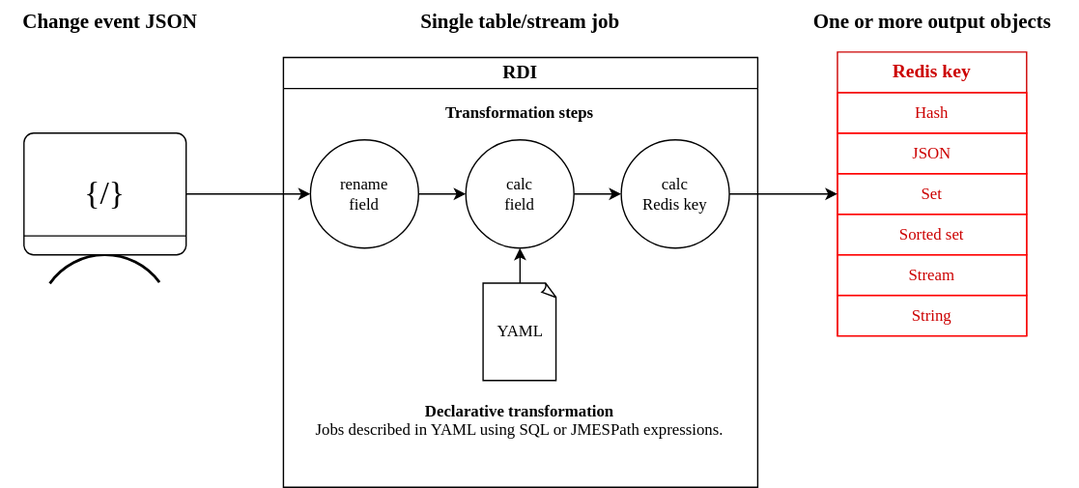
This is static/images/rdi/RDIPipeDataflow.drawio.svg from redis/docs, a draw.io export, as it was before one commit. Source tidied: cells renumbered, new cells last; positions are measured from the earlier drawing's top-left corner, leaving out a move shared by most shapes.
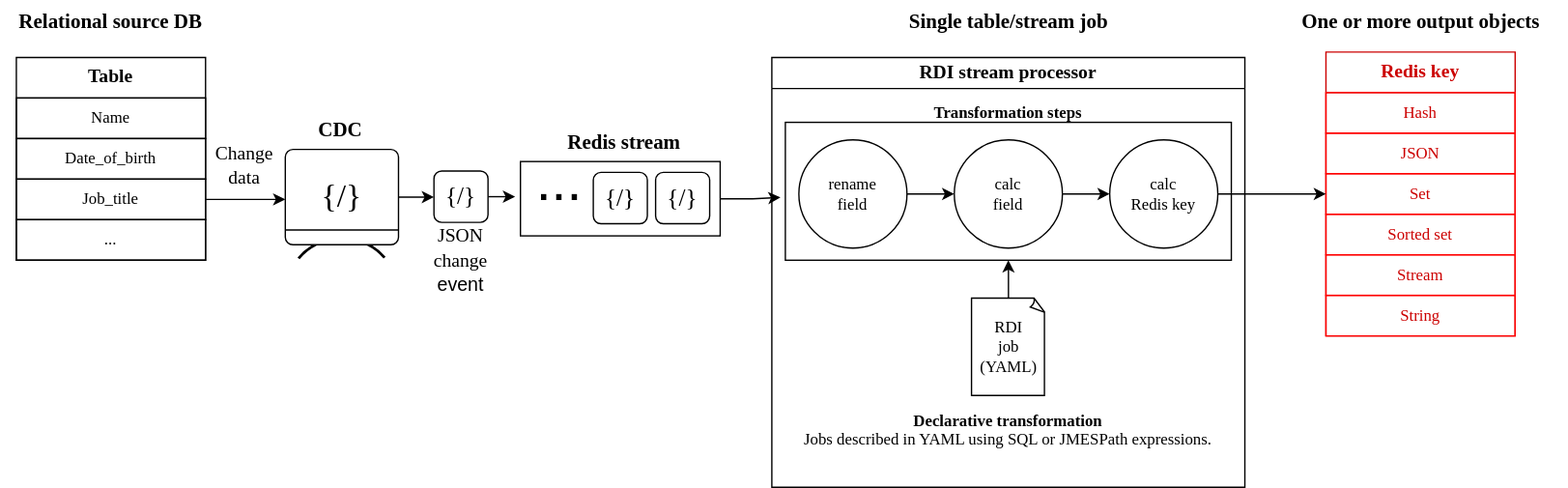
The same file after the commit.

Commit message:
DOC-4275 updates to diagram based on feedback

Diff of the diagram source:
```diff
@@ -3,28 +3,28 @@
     <mxCell id="0" />
     <mxCell id="1" parent="0" />
     <mxCell id="2" style="group;" parent="1" vertex="1">
-      <mxGeometry x="17" y="98" width="127.5" height="190" as="geometry" />
+      <mxGeometry x="-151" y="101" width="89" height="149" as="geometry" />
     </mxCell>
     <mxCell id="3" style="verticalLabelPosition=bottom;verticalAlign=top;html=1;shape=mxgraph.basic.arc;startAngle=0.5976845445438691;endAngle=0.8989323560671225;rotation=90;strokeWidth=2;" parent="2" vertex="1">
-      <mxGeometry x="10" y="90" width="100" height="100" as="geometry" />
+      <mxGeometry x="7" y="70.6" width="69.8" height="78.4" as="geometry" />
     </mxCell>
     <mxCell id="4" style="group;" parent="2" vertex="1">
-      <mxGeometry width="120" height="90" as="geometry" />
+      <mxGeometry y="9" width="83.8" height="70.6" as="geometry" />
     </mxCell>
     <mxCell id="5" style="rounded=1;whiteSpace=wrap;html=1;arcSize=8;" parent="4" vertex="1">
-      <mxGeometry width="120" height="90" as="geometry" />
+      <mxGeometry width="83.8" height="70.6" as="geometry" />
     </mxCell>
     <mxCell id="6" style="endArrow=none;html=1;rounded=0;" parent="4" edge="1">
       <mxGeometry relative="1" as="geometry">
-        <mxPoint y="76" as="sourcePoint" />
-        <mxPoint x="120" y="76" as="targetPoint" />
+        <mxPoint y="59.6" as="sourcePoint" />
+        <mxPoint x="83.8" y="59.6" as="targetPoint" />
       </mxGeometry>
     </mxCell>
     <mxCell id="7" value="{/}" style="text;html=1;align=center;verticalAlign=middle;whiteSpace=wrap;rounded=0;fontFamily=Space Mono;fontSize=24;" parent="4" vertex="1">
-      <mxGeometry x="18.2" y="19.5" width="83.5" height="51" as="geometry" />
+      <mxGeometry x="12.7" y="15.3" width="58.3" height="40" as="geometry" />
     </mxCell>
-    <mxCell id="8" value="RDI" style="swimlane;whiteSpace=wrap;html=1;fontFamily=Space Grotesk;fontSize=14;labelBackgroundColor=default;" parent="1" vertex="1">
-      <mxGeometry x="209" y="42" width="351" height="318" as="geometry" />
+    <mxCell id="8" value="RDI stream processor" style="swimlane;whiteSpace=wrap;html=1;fontFamily=Space Grotesk;fontSize=14;labelBackgroundColor=default;" parent="1" vertex="1">
+      <mxGeometry x="209" y="42" width="350" height="318" as="geometry" />
     </mxCell>
     <mxCell id="9" style="edgeStyle=orthogonalEdgeStyle;rounded=0;jettySize=auto;html=1;entryX=0;entryY=0.5;entryDx=0;entryDy=0;" parent="8" edge="1" source="10" target="12">
       <mxGeometry relative="1" as="geometry" />
@@ -41,18 +41,21 @@
     <mxCell id="13" value="&lt;div&gt;calc&lt;/div&gt;&lt;div&gt;Redis key&lt;/div&gt;" style="ellipse;whiteSpace=wrap;html=1;fontFamily=Space Mono;" parent="8" vertex="1">
       <mxGeometry x="250" y="61" width="80" height="80" as="geometry" />
     </mxCell>
-    <mxCell id="14" style="edgeStyle=orthogonalEdgeStyle;rounded=0;jettySize=auto;html=1;entryX=0.5;entryY=1;entryDx=0;entryDy=0;" parent="8" edge="1" source="15" target="12">
-      <mxGeometry relative="1" as="geometry" />
-    </mxCell>
+    <mxCell id="30" style="edgeStyle=orthogonalEdgeStyle;rounded=0;jettySize=auto;html=1;entryX=0.5;entryY=1;entryDx=0;entryDy=0;" parent="8" edge="1" source="15" target="31">
+      <mxGeometry relative="1" as="geometry" />
+    </mxCell>
-    <mxCell id="15" value="YAML" style="whiteSpace=wrap;html=1;shape=mxgraph.basic.document;fontFamily=Space Mono;" parent="8" vertex="1">
-      <mxGeometry x="147.8" y="167" width="54.5" height="72" as="geometry" />
+    <mxCell id="15" value="&lt;div&gt;RDI&lt;/div&gt;&lt;div&gt;job&lt;/div&gt;(YAML)" style="whiteSpace=wrap;html=1;shape=mxgraph.basic.document;fontFamily=Space Mono;" parent="8" vertex="1">
+      <mxGeometry x="147.8" y="178" width="54.5" height="72" as="geometry" />
     </mxCell>
     <mxCell id="16" value="&lt;font style=&quot;&quot; face=&quot;Space Grotesk&quot;&gt;Transformation steps&lt;/font&gt;" style="text;html=1;align=center;verticalAlign=middle;whiteSpace=wrap;rounded=0;fontStyle=1;" parent="8" vertex="1">
       <mxGeometry x="85" y="26" width="180" height="30" as="geometry" />
     </mxCell>
     <mxCell id="17" value="&lt;b&gt;Declarative transformation&lt;/b&gt;&lt;div&gt;Jobs described in YAML using SQL or JMESPath expressions.&lt;/div&gt;" style="text;html=1;align=center;verticalAlign=top;whiteSpace=wrap;rounded=0;fontFamily=Space Grotesk;" parent="8" vertex="1">
-      <mxGeometry x="20" y="248" width="310" height="60" as="geometry" />
+      <mxGeometry x="20" y="255" width="310" height="60" as="geometry" />
     </mxCell>
+    <mxCell id="31" style="rounded=0;whiteSpace=wrap;html=1;fillColor=none;" parent="8" vertex="1">
+      <mxGeometry x="10" y="48" width="330" height="102" as="geometry" />
+    </mxCell>
     <mxCell id="18" value="&lt;b style=&quot;font-size: 14px;&quot;&gt;Redis key&lt;/b&gt;" style="swimlane;fontStyle=0;horizontal=1;startSize=30;whiteSpace=wrap;html=1;fontFamily=Space Mono;fontColor=#CC0000;strokeColor=#CC0000;fontSize=14;" parent="1" vertex="1">
       <mxGeometry x="619" y="38" width="140" height="210" as="geometry" />
     </mxCell>
@@ -74,20 +77,78 @@
     <mxCell id="24" value="String" style="text;strokeColor=#FF0000;fillColor=none;align=center;verticalAlign=middle;spacingLeft=4;spacingRight=4;overflow=hidden;whiteSpace=wrap;html=1;fontFamily=Space Mono;fontColor=#CC0000;" parent="18" vertex="1">
       <mxGeometry y="180" width="140" height="30" as="geometry" />
     </mxCell>
-    <mxCell id="25" style="edgeStyle=orthogonalEdgeStyle;rounded=0;jettySize=auto;html=1;entryX=0;entryY=0.5;entryDx=0;entryDy=0;" parent="1" edge="1" source="5" target="10">
-      <mxGeometry relative="1" as="geometry" />
-    </mxCell>
     <mxCell id="26" style="edgeStyle=orthogonalEdgeStyle;rounded=0;jettySize=auto;html=1;entryX=0;entryY=0.5;entryDx=0;entryDy=0;" parent="1" edge="1" source="13" target="21">
       <mxGeometry relative="1" as="geometry" />
     </mxCell>
-    <mxCell id="27" value="Change event JSON" style="text;html=1;align=center;verticalAlign=middle;whiteSpace=wrap;rounded=0;fontFamily=Space Grotesk;fontStyle=1;fontSize=15;" parent="1" vertex="1">
-      <mxGeometry x="-0.2" width="162" height="30" as="geometry" />
-    </mxCell>
     <mxCell id="28" value="Single table/stream job" style="text;html=1;align=center;verticalAlign=middle;whiteSpace=wrap;rounded=0;fontFamily=Space Grotesk;fontStyle=1;fontSize=15;" parent="1" vertex="1">
       <mxGeometry x="286.2" width="196.5" height="30" as="geometry" />
     </mxCell>
     <mxCell id="29" value="One or more output objects" style="text;html=1;align=center;verticalAlign=middle;whiteSpace=wrap;rounded=0;fontFamily=Space Grotesk;fontStyle=1;fontSize=15;" parent="1" vertex="1">
       <mxGeometry x="580.8" width="216.5" height="30" as="geometry" />
     </mxCell>
+    <mxCell id="32" value="&lt;b style=&quot;font-size: 14px;&quot;&gt;&lt;font color=&quot;#000000&quot;&gt;Table&lt;/font&gt;&lt;/b&gt;" style="swimlane;fontStyle=0;horizontal=1;startSize=30;whiteSpace=wrap;html=1;fontFamily=Space Mono;fontColor=#CC0000;strokeColor=#000000;fontSize=14;" parent="1" vertex="1">
+      <mxGeometry x="-350" y="42" width="140" height="150" as="geometry" />
+    </mxCell>
+    <mxCell id="33" value="Name" style="text;strokeColor=default;fillColor=none;align=center;verticalAlign=middle;spacingLeft=4;spacingRight=4;overflow=hidden;whiteSpace=wrap;html=1;fixDash=0;fontFamily=Space Mono;fontColor=#000000;" parent="32" vertex="1">
+      <mxGeometry y="30" width="140" height="30" as="geometry" />
+    </mxCell>
+    <mxCell id="34" value="Date_of_birth" style="text;strokeColor=default;fillColor=none;align=center;verticalAlign=middle;spacingLeft=4;spacingRight=4;overflow=hidden;whiteSpace=wrap;html=1;fontFamily=Space Mono;fontColor=#000000;" parent="32" vertex="1">
+      <mxGeometry y="60" width="140" height="30" as="geometry" />
+    </mxCell>
+    <mxCell id="35" style="edgeStyle=orthogonalEdgeStyle;rounded=0;jettySize=auto;html=1;" parent="32" edge="1" source="36">
+      <mxGeometry relative="1" as="geometry">
+        <mxPoint x="199" y="105" as="targetPoint" />
+      </mxGeometry>
+    </mxCell>
+    <mxCell id="36" value="Job_title" style="text;strokeColor=default;fillColor=none;align=center;verticalAlign=middle;spacingLeft=4;spacingRight=4;overflow=hidden;points=[[0,0.5],[1,0.5]];portConstraint=eastwest;whiteSpace=wrap;html=1;fontFamily=Space Mono;fontColor=default;" parent="32" vertex="1">
+      <mxGeometry y="90" width="140" height="30" as="geometry" />
+    </mxCell>
+    <mxCell id="37" value="..." style="text;strokeColor=default;fillColor=none;align=center;verticalAlign=middle;spacingLeft=4;spacingRight=4;overflow=hidden;whiteSpace=wrap;html=1;fontFamily=Space Mono;fontColor=default;" parent="32" vertex="1">
+      <mxGeometry y="120" width="140" height="30" as="geometry" />
+    </mxCell>
+    <mxCell id="38" value="Relational source DB" style="text;html=1;align=center;verticalAlign=middle;whiteSpace=wrap;rounded=0;fontFamily=Space Grotesk;fontStyle=1;fontSize=15;" parent="1" vertex="1">
+      <mxGeometry x="-361" width="162" height="30" as="geometry" />
+    </mxCell>
+    <mxCell id="39" value="&lt;font style=&quot;font-size: 14px;&quot; face=&quot;Space Mono&quot;&gt;Change&lt;/font&gt;&lt;div style=&quot;font-size: 14px;&quot;&gt;&lt;font style=&quot;font-size: 14px;&quot; face=&quot;Space Mono&quot;&gt;data&lt;/font&gt;&lt;/div&gt;" style="text;html=1;align=center;verticalAlign=middle;whiteSpace=wrap;rounded=0;fontSize=14;" parent="1" vertex="1">
+      <mxGeometry x="-206" y="107" width="50" height="30" as="geometry" />
+    </mxCell>
+    <mxCell id="40" style="edgeStyle=orthogonalEdgeStyle;rounded=0;jettySize=auto;html=1;entryX=-0.011;entryY=0.545;entryDx=0;entryDy=0;entryPerimeter=0;" parent="1" edge="1" source="42" target="31">
+      <mxGeometry relative="1" as="geometry" />
+    </mxCell>
+    <mxCell id="41" style="group;" parent="1" vertex="1">
+      <mxGeometry x="21.8" y="119" width="149" height="55" as="geometry" />
+    </mxCell>
+    <mxCell id="42" style="rounded=0;whiteSpace=wrap;html=1;" parent="41" vertex="1">
+      <mxGeometry x="1.2" width="147.8" height="55" as="geometry" />
+    </mxCell>
+    <mxCell id="43" value="{/}" style="rounded=1;whiteSpace=wrap;html=1;fontFamily=Space Mono;fontSize=18;" parent="41" vertex="1">
+      <mxGeometry x="101.2" y="8" width="40" height="38" as="geometry" />
+    </mxCell>
+    <mxCell id="44" value="{/}" style="rounded=1;whiteSpace=wrap;html=1;fontFamily=Space Mono;fontSize=18;" parent="41" vertex="1">
+      <mxGeometry x="55.1" y="8" width="40" height="38" as="geometry" />
+    </mxCell>
+    <mxCell id="45" value="..." style="text;html=1;align=center;verticalAlign=middle;whiteSpace=wrap;rounded=0;fontSize=41;" parent="41" vertex="1">
+      <mxGeometry width="60" height="30" as="geometry" />
+    </mxCell>
+    <mxCell id="46" style="edgeStyle=orthogonalEdgeStyle;rounded=0;jettySize=auto;html=1;" parent="1" edge="1" source="47">
+      <mxGeometry relative="1" as="geometry">
+        <mxPoint x="19" y="145" as="targetPoint" />
+      </mxGeometry>
+    </mxCell>
+    <mxCell id="47" value="{/}" style="rounded=1;whiteSpace=wrap;html=1;fontFamily=Space Mono;fontSize=18;" parent="1" vertex="1">
+      <mxGeometry x="-41" y="126" width="40" height="38" as="geometry" />
+    </mxCell>
+    <mxCell id="48" value="&lt;div style=&quot;font-size: 14px;&quot;&gt;&lt;font style=&quot;font-size: 14px;&quot; face=&quot;Space Mono&quot;&gt;JSON&lt;/font&gt;&lt;/div&gt;&lt;font style=&quot;font-size: 14px;&quot; face=&quot;Space Mono&quot;&gt;change&lt;/font&gt;&lt;div style=&quot;font-size: 14px;&quot;&gt;event&lt;/div&gt;" style="text;html=1;align=center;verticalAlign=middle;whiteSpace=wrap;rounded=0;fontSize=14;" parent="1" vertex="1">
+      <mxGeometry x="-46" y="177" width="50" height="30" as="geometry" />
+    </mxCell>
+    <mxCell id="49" style="edgeStyle=orthogonalEdgeStyle;rounded=0;jettySize=auto;html=1;exitX=1;exitY=0.5;exitDx=0;exitDy=0;entryX=0;entryY=0.5;entryDx=0;entryDy=0;" parent="1" edge="1" source="5" target="47">
+      <mxGeometry relative="1" as="geometry" />
+    </mxCell>
+    <mxCell id="50" value="CDC" style="text;html=1;align=center;verticalAlign=middle;whiteSpace=wrap;rounded=0;fontFamily=Space Grotesk;fontStyle=1;fontSize=15;" parent="1" vertex="1">
+      <mxGeometry x="-191.5" y="80" width="162" height="30" as="geometry" />
+    </mxCell>
+    <mxCell id="51" value="Redis stream" style="text;html=1;align=center;verticalAlign=middle;whiteSpace=wrap;rounded=0;fontFamily=Space Grotesk;fontStyle=1;fontSize=15;" parent="1" vertex="1">
+      <mxGeometry x="18.8" y="89" width="162" height="30" as="geometry" />
+    </mxCell>
   </root>
 </mxGraphModel>
```
